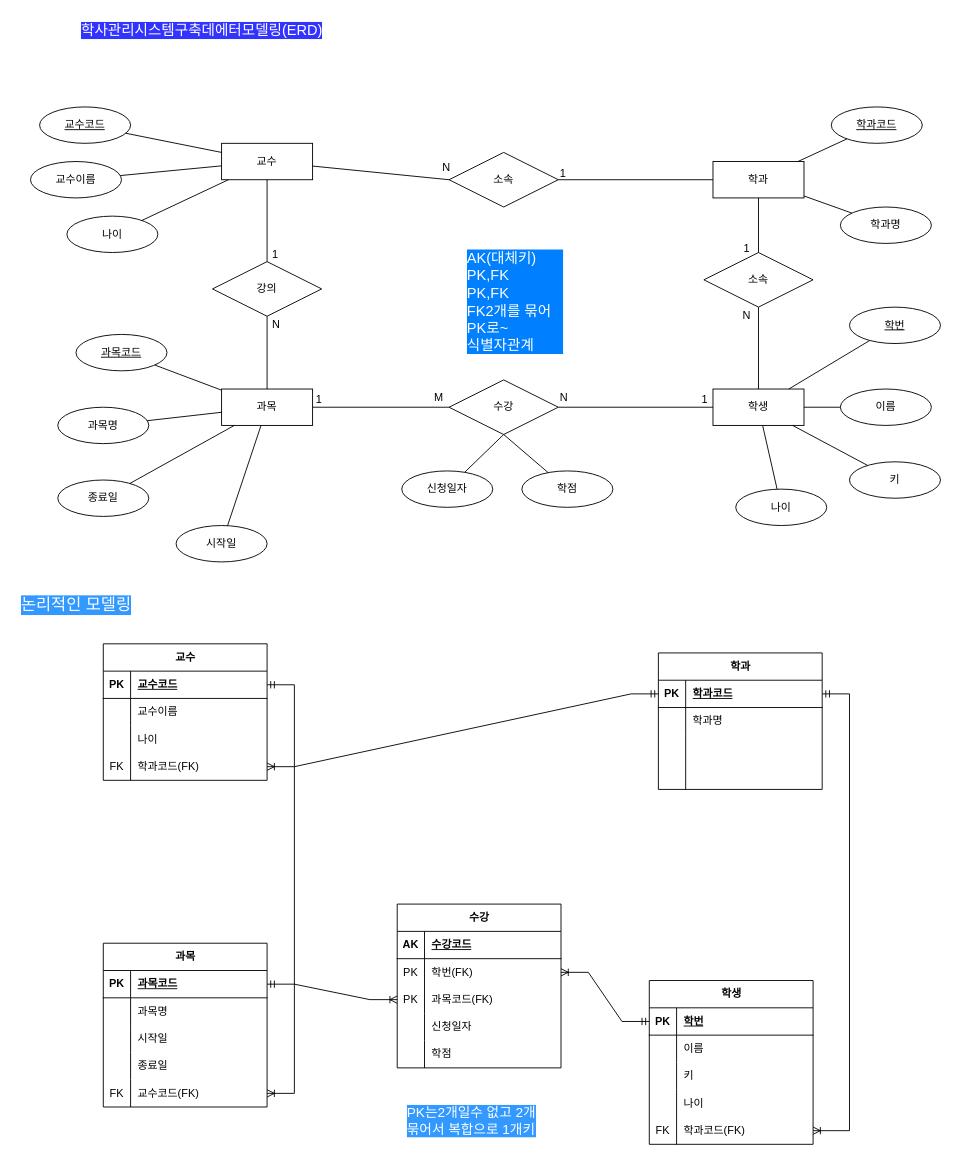
Earlier version of the draw.io diagram page "페이지-2" (2 of 2) of 온라인전자상거래.drawio (jung79human79/databig). Source tidied: cells renumbered, new cells numbered last; positions are measured from the earlier drawing's top-left corner, leaving out a move shared by most shapes. Both pictures are drawn from the tidied source at 91%, with x=0, y=0 at pixel (15, 15).
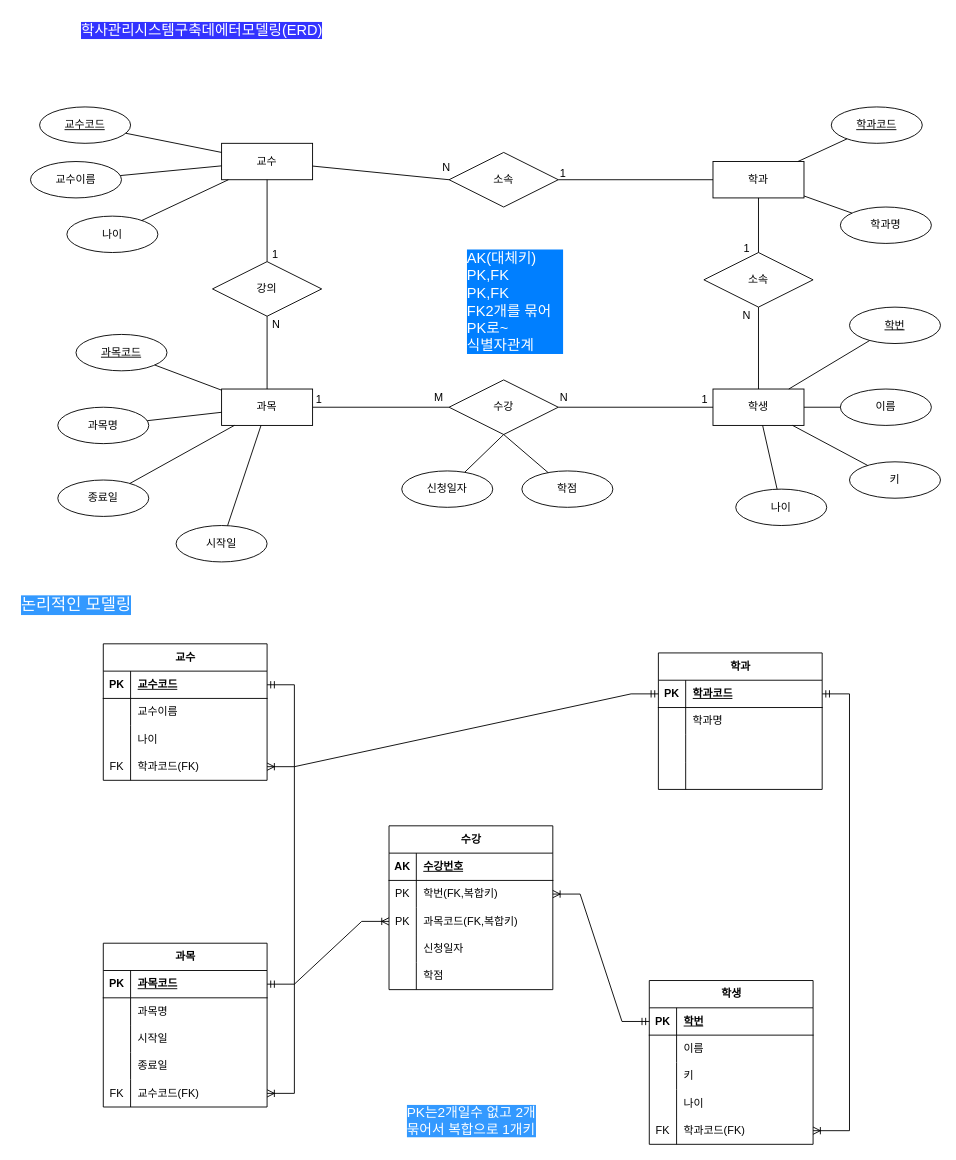
The same page after the edit.

Commit message:
온라인전자상거래.drawio 업데이트

Unchanged cells that the change refers to:
```xml
<mxCell id="94" style="shape=tableRow;horizontal=0;startSize=0;swimlaneHead=0;swimlaneBody=0;fillColor=none;top=0;left=0;right=0;bottom=1;" parent="93" vertex="1">
  <mxGeometry y="30" width="180" height="30" as="geometry" />
</mxCell>
<mxCell id="97" style="shape=tableRow;horizontal=0;startSize=0;swimlaneHead=0;swimlaneBody=0;fillColor=none;points=[[0,0.5],[1,0.5]];portConstraint=eastwest;top=0;left=0;right=0;bottom=0;" parent="93" vertex="1">
  <mxGeometry y="60" width="180" height="30" as="geometry" />
</mxCell>
<mxCell id="100" style="shape=tableRow;horizontal=0;startSize=0;swimlaneHead=0;swimlaneBody=0;fillColor=none;points=[[0,0.5],[1,0.5]];portConstraint=eastwest;top=0;left=0;right=0;bottom=0;" parent="93" vertex="1">
  <mxGeometry y="90" width="180" height="30" as="geometry" />
</mxCell>
```

Change to the diagram source:
```diff
@@
     <mxCell id="93" value="수강" style="shape=table;startSize=30;childLayout=tableLayout;rowLines=0;fontStyle=1;align=center;html=1;" parent="1" vertex="1">
-      <mxGeometry x="419" y="976" width="180" height="180" as="geometry" />
+      <mxGeometry x="410" y="890" width="180" height="180" as="geometry" />
     </mxCell>
@@
-    <mxCell id="96" value="수강코드" style="shape=partialRectangle;fillColor=none;top=0;left=0;bottom=0;right=0;align=left;spacingLeft=6;fontStyle=5;overflow=hidden;whiteSpace=wrap;html=1;" parent="94" vertex="1">
+    <mxCell id="96" value="수강번호" style="shape=partialRectangle;fillColor=none;top=0;left=0;bottom=0;right=0;align=left;spacingLeft=6;fontStyle=5;overflow=hidden;whiteSpace=wrap;html=1;" parent="94" vertex="1">
       <mxGeometry x="30" width="150" height="30" as="geometry" />
     </mxCell>
@@
-    <mxCell id="99" value="학번(FK)" style="shape=partialRectangle;fillColor=none;top=0;left=0;bottom=0;right=0;align=left;spacingLeft=6;overflow=hidden;whiteSpace=wrap;html=1;" parent="97" vertex="1">
+    <mxCell id="99" value="학번(FK,복합키)" style="shape=partialRectangle;fillColor=none;top=0;left=0;bottom=0;right=0;align=left;spacingLeft=6;overflow=hidden;whiteSpace=wrap;html=1;" parent="97" vertex="1">
       <mxGeometry x="30" width="150" height="30" as="geometry" />
     </mxCell>
@@
-    <mxCell id="102" value="과목코드(FK)" style="shape=partialRectangle;fillColor=none;top=0;left=0;bottom=0;right=0;align=left;spacingLeft=6;overflow=hidden;whiteSpace=wrap;html=1;" parent="100" vertex="1">
+    <mxCell id="102" value="과목코드(FK,복합키)" style="shape=partialRectangle;fillColor=none;top=0;left=0;bottom=0;right=0;align=left;spacingLeft=6;overflow=hidden;whiteSpace=wrap;html=1;" parent="100" vertex="1">
       <mxGeometry x="30" width="150" height="30" as="geometry" />
     </mxCell>
```
